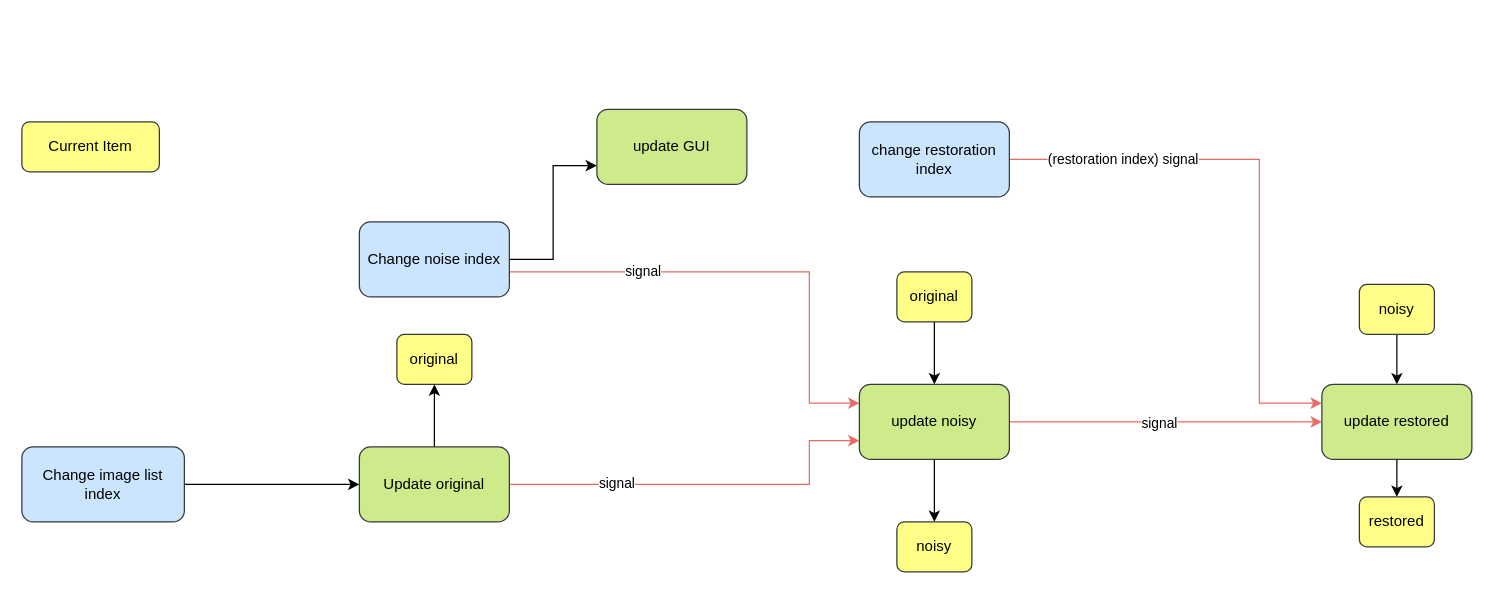
Above: Hirearchy.drawio in HazemKelziye/NoiseRestorationApp (draw.io), before the change. Source tidied: cells renumbered, new cells numbered last; positions are measured from the earlier drawing's top-left corner, leaving out a move shared by most shapes. Both pictures are drawn from the tidied source at 125%, with x=0, y=0 at pixel (21, 109).
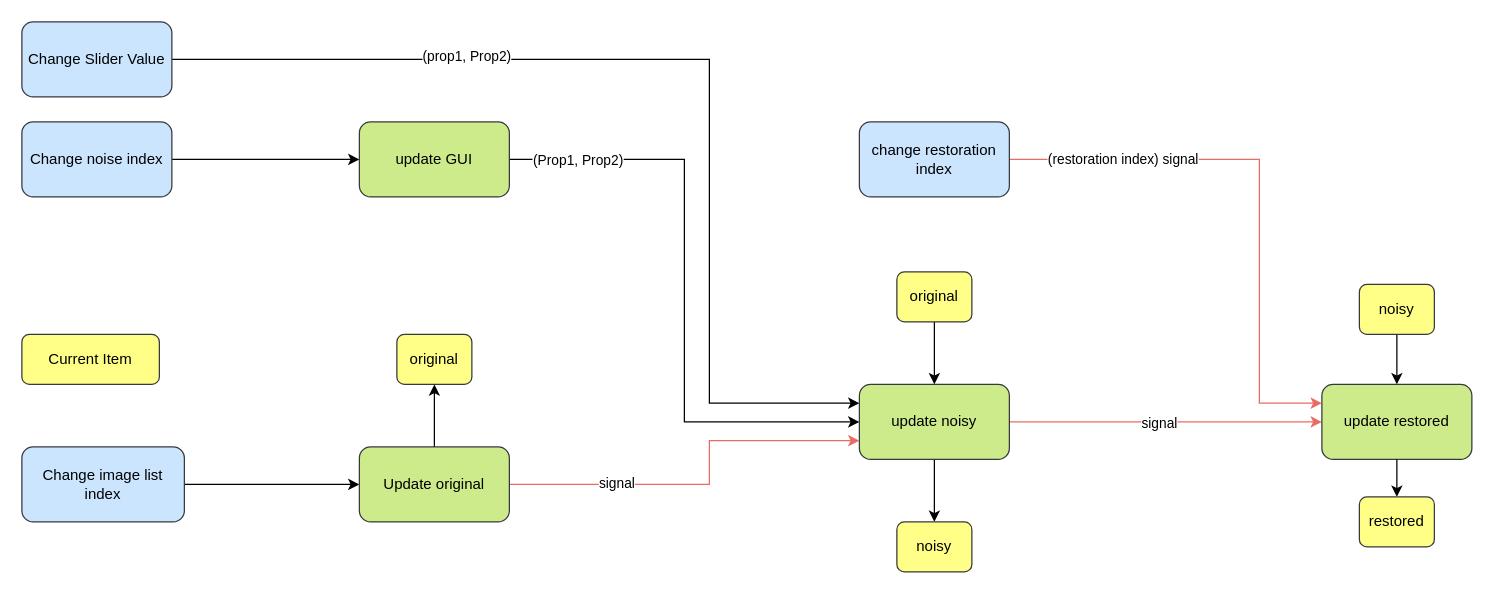
The same page after the edit.

The change refers to these unchanged cells:
```xml
<mxCell id="9" value="update noisy" style="rounded=1;whiteSpace=wrap;html=1;fillColor=#cdeb8b;strokeColor=#36393d;" parent="1" vertex="1">
  <mxGeometry x="670" y="220" width="120" height="60" as="geometry" />
</mxCell>
<mxCell id="26" value="Update original" style="rounded=1;whiteSpace=wrap;html=1;fillColor=#cdeb8b;strokeColor=#36393d;" parent="1" vertex="1">
  <mxGeometry x="270" y="270" width="120" height="60" as="geometry" />
</mxCell>
```

What changed in the source:
```diff
@@
-    <mxCell id="3" value="signal" style="edgeStyle=orthogonalEdgeStyle;rounded=0;jettySize=auto;html=1;strokeColor=#EA6B66;entryX=0;entryY=0.25;entryDx=0;entryDy=0;exitX=1;exitY=0.75;exitDx=0;exitDy=0;" parent="1" edge="1" source="5" target="9">
-      <mxGeometry x="-0.43" relative="1" as="geometry">
-        <Array as="points">
-          <mxPoint x="390" y="130" />
-          <mxPoint x="630" y="130" />
-          <mxPoint x="630" y="235" />
-        </Array>
-        <mxPoint x="1" as="offset" />
-      </mxGeometry>
-    </mxCell>
-    <mxCell id="4" style="edgeStyle=orthogonalEdgeStyle;rounded=0;jettySize=auto;html=1;entryX=0;entryY=0.75;entryDx=0;entryDy=0;strokeColor=#000000;" parent="1" edge="1" source="5" target="28">
+    <mxCell id="4" style="edgeStyle=orthogonalEdgeStyle;rounded=0;jettySize=auto;html=1;entryX=0;entryY=0.5;entryDx=0;entryDy=0;strokeColor=#000000;" parent="1" edge="1" source="5" target="28">
       <mxGeometry relative="1" as="geometry" />
     </mxCell>
     <mxCell id="5" value="Change noise index" style="rounded=1;whiteSpace=wrap;html=1;fillColor=#cce5ff;strokeColor=#36393d;" parent="1" vertex="1">
-      <mxGeometry x="270" y="90" width="120" height="60" as="geometry" />
+      <mxGeometry y="10" width="120" height="60" as="geometry" />
     </mxCell>
@@
     <mxCell id="23" style="edgeStyle=orthogonalEdgeStyle;rounded=0;jettySize=auto;html=1;entryX=0;entryY=0.75;entryDx=0;entryDy=0;strokeColor=#EA6B66;" parent="1" edge="1" source="26" target="9">
       <mxGeometry relative="1" as="geometry">
         <Array as="points">
-          <mxPoint x="630" y="300" />
-          <mxPoint x="630" y="265" />
+          <mxPoint x="550" y="300" />
+          <mxPoint x="550" y="265" />
         </Array>
       </mxGeometry>
     </mxCell>
@@
     <mxCell id="27" value="Current Item" style="rounded=1;whiteSpace=wrap;html=1;fillColor=#ffff88;strokeColor=#36393d;" parent="1" vertex="1">
-      <mxGeometry y="10" width="110" height="40" as="geometry" />
+      <mxGeometry y="180" width="110" height="40" as="geometry" />
     </mxCell>
+    <mxCell id="29" style="edgeStyle=orthogonalEdgeStyle;rounded=0;jettySize=auto;html=1;entryX=0;entryY=0.5;entryDx=0;entryDy=0;strokeColor=#000000;" parent="1" edge="1" source="28" target="9">
+      <mxGeometry relative="1" as="geometry" />
+    </mxCell>
+    <mxCell id="30" value="(Prop1, Prop2)" style="edgeLabel;html=1;align=center;verticalAlign=middle;" parent="29" vertex="1">
+      <mxGeometry x="-0.78" relative="1" as="geometry" />
+    </mxCell>
     <mxCell id="28" value="update GUI" style="rounded=1;whiteSpace=wrap;html=1;fillColor=#cdeb8b;strokeColor=#36393d;" parent="1" vertex="1">
-      <mxGeometry x="460" width="120" height="60" as="geometry" />
+      <mxGeometry x="270" y="10" width="120" height="60" as="geometry" />
     </mxCell>
+    <mxCell id="31" style="edgeStyle=orthogonalEdgeStyle;rounded=0;jettySize=auto;html=1;entryX=0;entryY=0.25;entryDx=0;entryDy=0;strokeColor=#000000;" parent="1" edge="1" source="33" target="9">
+      <mxGeometry relative="1" as="geometry">
+        <Array as="points">
+          <mxPoint x="550" y="-40" />
+          <mxPoint x="550" y="235" />
+        </Array>
+      </mxGeometry>
+    </mxCell>
+    <mxCell id="32" value="(prop1, Prop2)" style="edgeLabel;html=1;align=center;verticalAlign=middle;" parent="31" vertex="1">
+      <mxGeometry x="-0.43" y="3" relative="1" as="geometry" />
+    </mxCell>
+    <mxCell id="33" value="Change Slider Value" style="rounded=1;whiteSpace=wrap;html=1;fillColor=#cce5ff;strokeColor=#36393d;" parent="1" vertex="1">
+      <mxGeometry y="-70" width="120" height="60" as="geometry" />
+    </mxCell>
```
